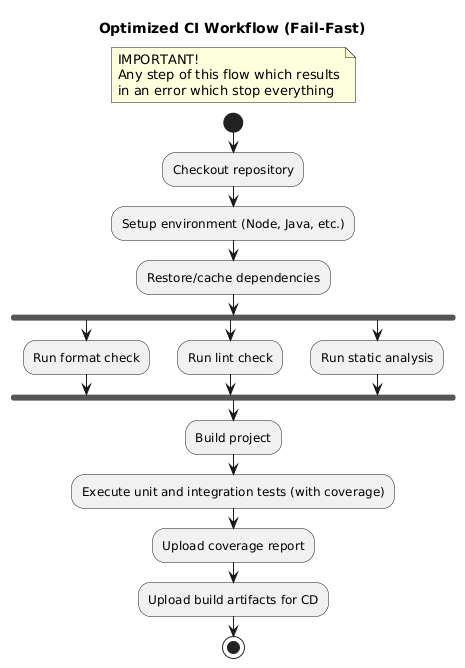
Earlier version of the PlantUML export docs/diagrams/ci-diagram.png (IngsisPrintScript/workflows-and-actions). The source it was exported from:
```plantuml
@startuml
title Optimized CI Workflow (Fail-Fast)
floating note left
    IMPORTANT!
    Any step of this flow which results
    in an error which stop everything
end note
start

:Checkout repository;
:Setup environment (Node, Java, etc.);
:Restore/cache dependencies;

fork
  :Run format check;
fork again
  :Run lint check;
fork again
  :Run static analysis;
end fork

:Build project;
:Execute unit and integration tests (with coverage);
:Upload coverage report;
:Upload build artifacts for CD;

stop
@enduml
```
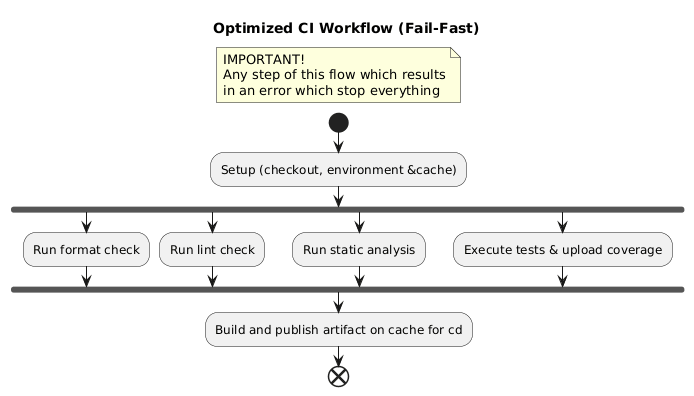
The same diagram one commit later.

Change to the diagram source:
```diff
@@ -7,9 +7,7 @@
 end note
 start
 
-:Checkout repository;
-:Setup environment (Node, Java, etc.);
-:Restore/cache dependencies;
+:Setup (checkout, environment &cache);
 
 fork
   :Run format check;
@@ -17,12 +15,11 @@
   :Run lint check;
 fork again
   :Run static analysis;
+fork again
+    :Execute tests & upload coverage;
 end fork
 
-:Build project;
-:Execute unit and integration tests (with coverage);
-:Upload coverage report;
-:Upload build artifacts for CD;
+:Build and publish artifact on cache for cd;
 
-stop
+end
 @enduml
```
